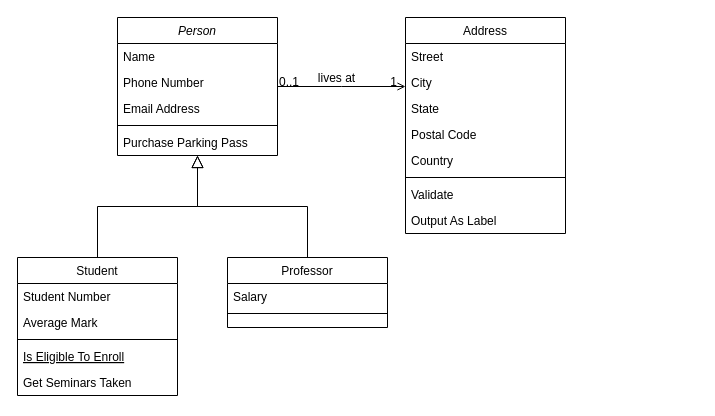
Earlier version of the draw.io diagram kemampuan-dasar/minggu1/hari04/syafak.drawio (syafak12/Praxis-Academy). Source tidied: cells renumbered, new cells numbered last; positions are measured from the earlier drawing's top-left corner, leaving out a move shared by most shapes. Both pictures are drawn from the tidied source at 100%, with x=0, y=0 at pixel (17, 17).
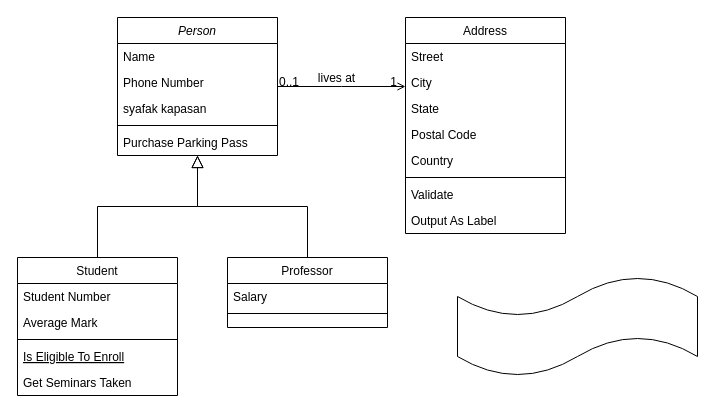
The same diagram, later.

The change refers to these unchanged cells:
```xml
<mxCell id="2" value="Person" style="swimlane;fontStyle=2;align=center;verticalAlign=top;horizontal=1;startSize=26;rounded=0;shadow=0;strokeWidth=1;" parent="1" vertex="1">
  <mxGeometry x="100" width="160" height="138" as="geometry" />
</mxCell>
```

What changed in the source:
```diff
@@
-    <mxCell id="5" value="Email Address" style="text;align=left;verticalAlign=top;spacingLeft=4;spacingRight=4;overflow=hidden;rounded=0;shadow=0;html=0;" parent="2" vertex="1">
+    <mxCell id="5" value="syafak kapasan" style="text;align=left;verticalAlign=top;spacingLeft=4;spacingRight=4;overflow=hidden;rounded=0;shadow=0;html=0;" parent="2" vertex="1">
       <mxGeometry y="78" width="160" height="26" as="geometry" />
     </mxCell>
@@
+    <mxCell id="32" style="shape=tape;whiteSpace=wrap;html=1;" parent="1" vertex="1">
+      <mxGeometry x="440" y="259" width="240" height="100" as="geometry" />
+    </mxCell>
```
